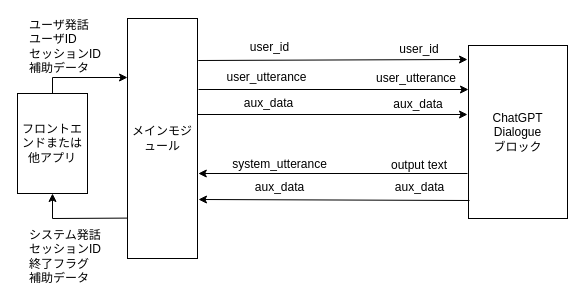
Earlier version of the draw.io diagram docs/images/chatgpt-dialogue-arch-ja.drawio (c4a-ri/dialbb). Source tidied: cells renumbered, new cells numbered last; positions are measured from the earlier drawing's top-left corner, leaving out a move shared by most shapes. Both pictures are drawn from the tidied source at 100%, with x=0, y=0 at pixel (17, 18).
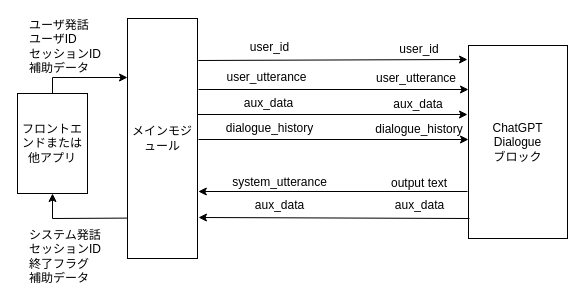
The same page after the edit.

What changed in the source:
```diff
@@
     <mxCell id="3" value="ChatGPT Dialogue&lt;br&gt;ブロック" style="rounded=0;whiteSpace=wrap;html=1;" parent="1" vertex="1">
-      <mxGeometry x="451" y="27" width="99" height="173" as="geometry" />
+      <mxGeometry x="451" y="27" width="99" height="193" as="geometry" />
     </mxCell>
@@
     <mxCell id="5" style="endArrow=classic;html=1;rounded=0;entryX=1.012;entryY=0.535;entryDx=0;entryDy=0;entryPerimeter=0;" parent="1" edge="1">
       <mxGeometry relative="1" as="geometry">
-        <mxPoint x="450" y="155" as="sourcePoint" />
-        <mxPoint x="180.8" y="155" as="targetPoint" />
+        <mxPoint x="450" y="173" as="sourcePoint" />
+        <mxPoint x="180.8" y="173" as="targetPoint" />
       </mxGeometry>
     </mxCell>
@@
     <mxCell id="11" value="output text" style="text;html=1;strokeColor=none;fillColor=none;align=center;verticalAlign=middle;whiteSpace=wrap;rounded=0;" parent="1" vertex="1">
-      <mxGeometry x="372" y="124.8" width="60" height="44.5" as="geometry" />
+      <mxGeometry x="372" y="142.8" width="60" height="44.5" as="geometry" />
     </mxCell>
@@
     <mxCell id="15" style="endArrow=classic;html=1;rounded=0;exitX=0;exitY=0.75;exitDx=0;exitDy=0;entryX=0.999;entryY=0.293;entryDx=0;entryDy=0;entryPerimeter=0;" parent="1" edge="1">
       <mxGeometry relative="1" as="geometry">
-        <mxPoint x="452" y="182" as="sourcePoint" />
-        <mxPoint x="181" y="181" as="targetPoint" />
+        <mxPoint x="452" y="200" as="sourcePoint" />
+        <mxPoint x="181" y="199" as="targetPoint" />
       </mxGeometry>
     </mxCell>
     <mxCell id="16" value="aux_data" style="text;html=1;strokeColor=none;fillColor=none;align=center;verticalAlign=middle;whiteSpace=wrap;rounded=0;" parent="1" vertex="1">
-      <mxGeometry x="220" y="157" width="85" height="23" as="geometry" />
+      <mxGeometry x="220" y="175" width="85" height="23" as="geometry" />
     </mxCell>
     <mxCell id="17" value="system_utterance" style="text;html=1;strokeColor=none;fillColor=none;align=center;verticalAlign=middle;whiteSpace=wrap;rounded=0;" parent="1" vertex="1">
-      <mxGeometry x="220" y="134" width="85" height="23" as="geometry" />
+      <mxGeometry x="220" y="152" width="85" height="23" as="geometry" />
     </mxCell>
     <mxCell id="18" value="aux_data" style="text;html=1;strokeColor=none;fillColor=none;align=center;verticalAlign=middle;whiteSpace=wrap;rounded=0;" parent="1" vertex="1">
-      <mxGeometry x="359.5" y="157" width="85" height="23" as="geometry" />
+      <mxGeometry x="359.5" y="175" width="85" height="23" as="geometry" />
     </mxCell>
@@
+    <mxCell id="24" style="endArrow=classic;html=1;rounded=0;entryX=0;entryY=0.25;entryDx=0;entryDy=0;exitX=1.019;exitY=0.137;exitDx=0;exitDy=0;exitPerimeter=0;jumpSize=0;" parent="1" edge="1">
+      <mxGeometry relative="1" as="geometry">
+        <mxPoint x="181" y="121" as="sourcePoint" />
+        <mxPoint x="451" y="121" as="targetPoint" />
+      </mxGeometry>
+    </mxCell>
+    <mxCell id="25" value="dialogue_history" style="text;html=1;strokeColor=none;fillColor=none;align=center;verticalAlign=middle;whiteSpace=wrap;rounded=0;" parent="1" vertex="1">
+      <mxGeometry x="210" y="98" width="85" height="23" as="geometry" />
+    </mxCell>
+    <mxCell id="26" value="dialogue_history" style="text;html=1;strokeColor=none;fillColor=none;align=center;verticalAlign=middle;whiteSpace=wrap;rounded=0;" parent="1" vertex="1">
+      <mxGeometry x="372" y="96" width="60" height="30" as="geometry" />
+    </mxCell>
```
